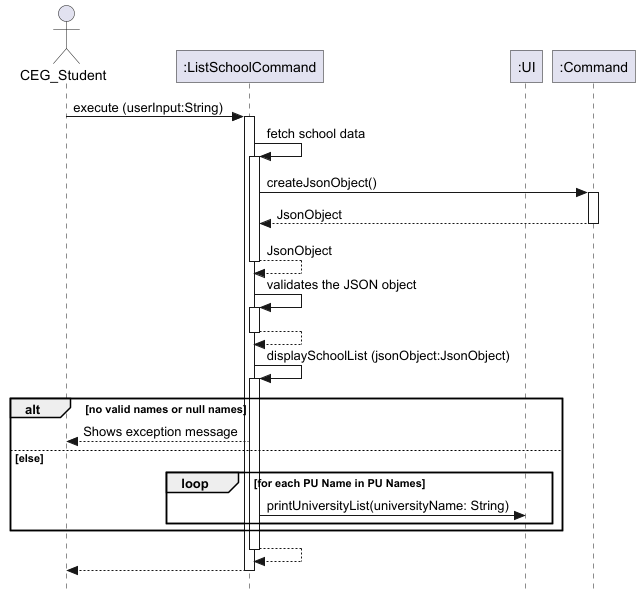
Above: docs/images/ListSchoolsCommand.png in nus-cs2113-AY2425S1/tp (PlantUML), before the change.
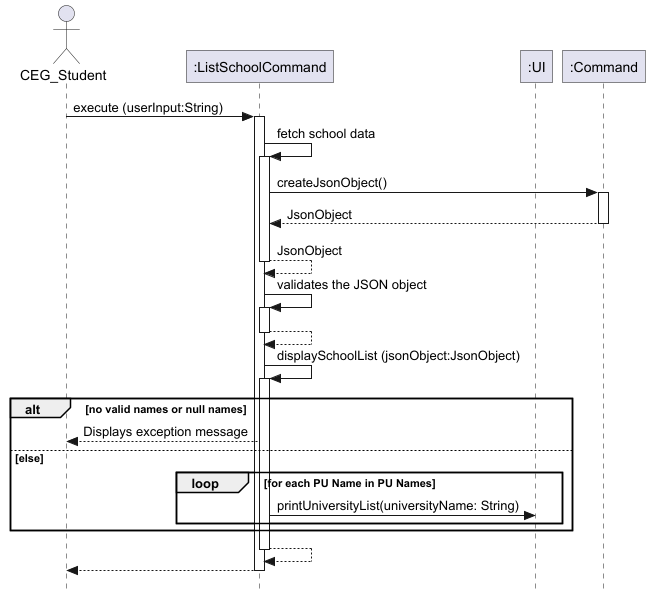
After the change.

Commit message:
Fix diagram errors

Diff of the diagram source:
```diff
@@ -32,7 +32,7 @@
 activate ListSchoolCommand
 
 alt no valid names or null names
-    ListSchoolCommand --> CEG_Student: Shows exception message
+    ListSchoolCommand --> CEG_Student: Displays exception message
 else else
     loop for each PU Name in PU Names
         ListSchoolCommand -> UI: printUniversityList(universityName: String)
```
